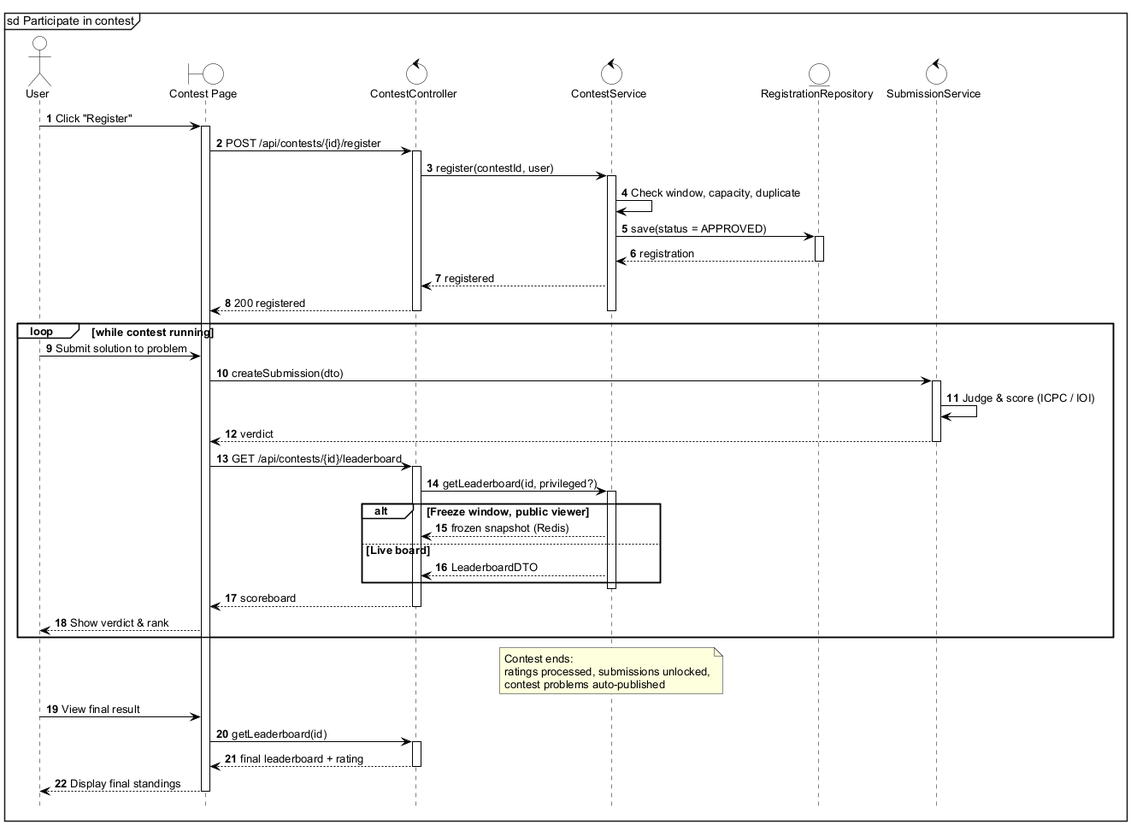
InfiniteGosi/TDTUOJ keeps this PlantUML diagram as Thesis/final/figures/seq-participate-contest.png. Above is the earlier version.
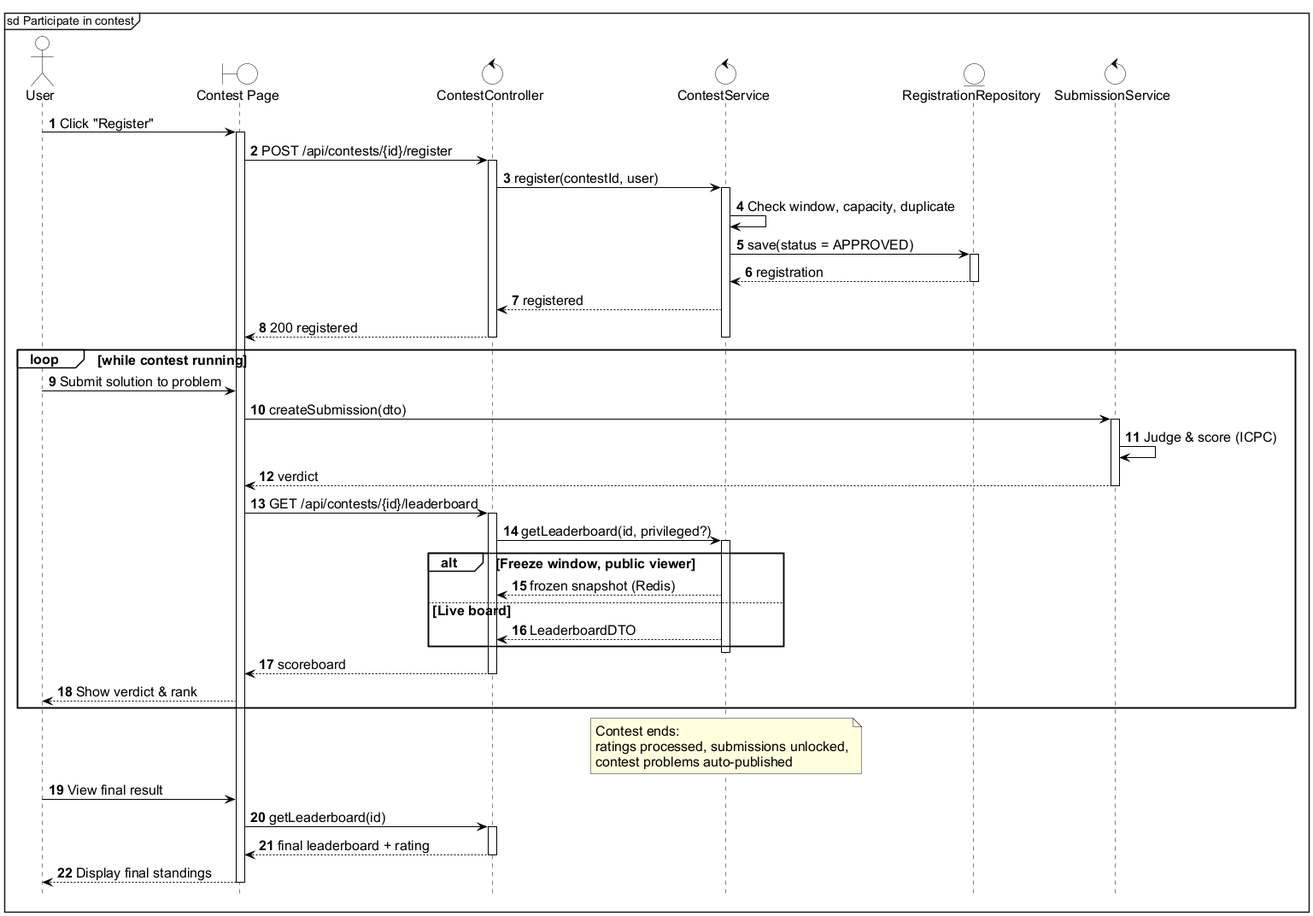
The same diagram one commit later.

Change to the diagram source:
```diff
@@ -3,7 +3,7 @@
 hide footbox
 skinparam shadowing false
 skinparam defaultFontName Arial
-skinparam defaultFontSize 13
+skinparam defaultFontSize 16
 skinparam SequenceArrowColor #000000
 skinparam SequenceLifeLineBorderColor #000000
 skinparam SequenceGroupBorderColor #000000
@@ -48,7 +48,7 @@
   U -> UI : Submit solution to problem
   UI -> SUB : createSubmission(dto)
   activate SUB
-  SUB -> SUB : Judge & score (ICPC / IOI)
+  SUB -> SUB : Judge & score (ICPC)
   SUB --> UI : verdict
   deactivate SUB
   UI -> C : GET /api/contests/{id}/leaderboard
```
